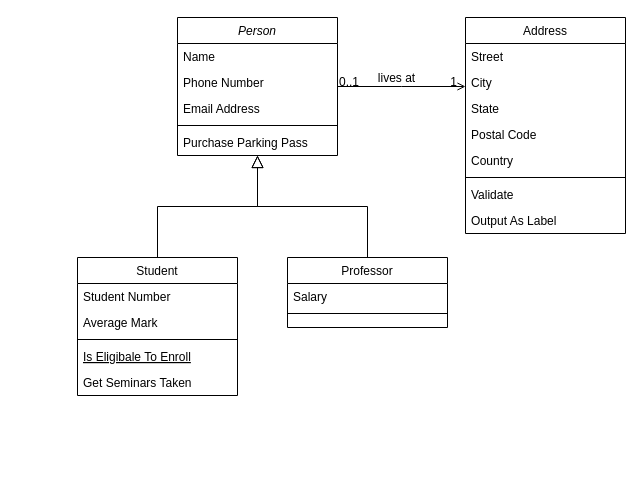
Above: Untitled Diagram.drawio in g-besse/jsdungeon (draw.io), before the change. Source tidied: cells renumbered, new cells numbered last; positions are measured from the earlier drawing's top-left corner, leaving out a move shared by most shapes. Both pictures are drawn from the tidied source at 100%, with x=0, y=0 at pixel (77, 17).
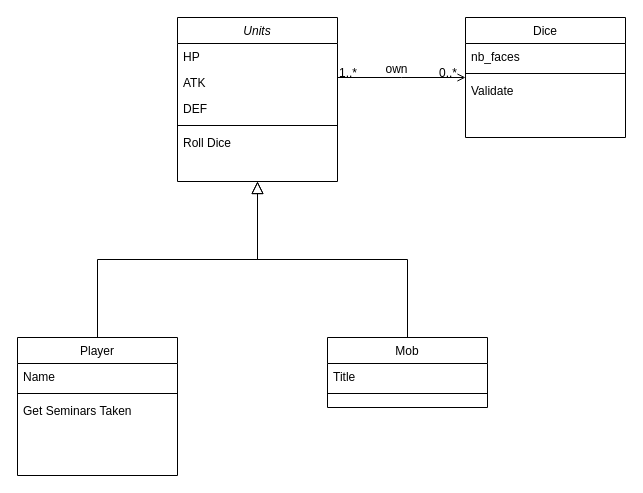
The same page after the edit.

The change refers to these unchanged cells:
```xml
<mxCell id="28" style="endArrow=open;shadow=0;strokeWidth=1;rounded=0;endFill=1;edgeStyle=elbowEdgeStyle;elbow=vertical;" parent="1" edge="1" source="2" target="19">
  <mxGeometry x="0.5" y="41" relative="1" as="geometry">
    <mxPoint x="-40" y="32" as="offset" />
  </mxGeometry>
</mxCell>
```

The edit, as a diff of the source:
```diff
@@
-    <mxCell id="2" value="Person" style="swimlane;fontStyle=2;align=center;verticalAlign=top;horizontal=1;startSize=26;rounded=0;shadow=0;strokeWidth=1;" parent="1" vertex="1">
-      <mxGeometry x="100" width="160" height="138" as="geometry" />
+    <mxCell id="2" value="Units" style="swimlane;fontStyle=2;align=center;verticalAlign=top;horizontal=1;startSize=26;rounded=0;shadow=0;strokeWidth=1;" parent="1" vertex="1">
+      <mxGeometry x="100" width="160" height="164" as="geometry" />
     </mxCell>
-    <mxCell id="3" value="Name" style="text;align=left;verticalAlign=top;spacingLeft=4;spacingRight=4;overflow=hidden;" parent="2" vertex="1">
+    <mxCell id="3" value="HP" style="text;align=left;verticalAlign=top;spacingLeft=4;spacingRight=4;overflow=hidden;" parent="2" vertex="1">
       <mxGeometry y="26" width="160" height="26" as="geometry" />
     </mxCell>
+    <mxCell id="32" value="ATK" style="text;align=left;verticalAlign=top;spacingLeft=4;spacingRight=4;overflow=hidden;rounded=0;shadow=0;html=0;" parent="2" vertex="1">
+      <mxGeometry y="52" width="160" height="26" as="geometry" />
+    </mxCell>
-    <mxCell id="4" value="Phone Number" style="text;align=left;verticalAlign=top;spacingLeft=4;spacingRight=4;overflow=hidden;rounded=0;shadow=0;html=0;" parent="2" vertex="1">
-      <mxGeometry y="52" width="160" height="26" as="geometry" />
+    <mxCell id="4" value="DEF" style="text;align=left;verticalAlign=top;spacingLeft=4;spacingRight=4;overflow=hidden;rounded=0;shadow=0;html=0;" parent="2" vertex="1">
+      <mxGeometry y="78" width="160" height="26" as="geometry" />
     </mxCell>
-    <mxCell id="5" value="Email Address" style="text;align=left;verticalAlign=top;spacingLeft=4;spacingRight=4;overflow=hidden;rounded=0;shadow=0;html=0;" parent="2" vertex="1">
-      <mxGeometry y="78" width="160" height="26" as="geometry" />
-    </mxCell>
@@
-    <mxCell id="7" value="Purchase Parking Pass" style="text;align=left;verticalAlign=top;spacingLeft=4;spacingRight=4;overflow=hidden;" parent="2" vertex="1">
+    <mxCell id="7" value="Roll Dice" style="text;align=left;verticalAlign=top;spacingLeft=4;spacingRight=4;overflow=hidden;" parent="2" vertex="1">
       <mxGeometry y="112" width="160" height="26" as="geometry" />
     </mxCell>
-    <mxCell id="8" value="Student" style="swimlane;fontStyle=0;align=center;verticalAlign=top;horizontal=1;startSize=26;rounded=0;shadow=0;strokeWidth=1;" parent="1" vertex="1">
-      <mxGeometry y="240" width="160" height="138" as="geometry" />
-    </mxCell>
-    <mxCell id="9" value="Student Number" style="text;align=left;verticalAlign=top;spacingLeft=4;spacingRight=4;overflow=hidden;" parent="8" vertex="1">
-      <mxGeometry y="26" width="160" height="26" as="geometry" />
-    </mxCell>
-    <mxCell id="10" value="Average Mark" style="text;align=left;verticalAlign=top;spacingLeft=4;spacingRight=4;overflow=hidden;rounded=0;shadow=0;html=0;" parent="8" vertex="1">
-      <mxGeometry y="52" width="160" height="26" as="geometry" />
-    </mxCell>
-    <mxCell id="11" style="line;html=1;strokeWidth=1;align=left;verticalAlign=middle;spacingTop=-1;spacingLeft=3;spacingRight=3;labelPosition=right;" parent="8" vertex="1">
-      <mxGeometry y="78" width="160" height="8" as="geometry" />
-    </mxCell>
-    <mxCell id="12" value="Is Eligibale To Enroll" style="text;align=left;verticalAlign=top;spacingLeft=4;spacingRight=4;overflow=hidden;fontStyle=4;" parent="8" vertex="1">
-      <mxGeometry y="86" width="160" height="26" as="geometry" />
-    </mxCell>
-    <mxCell id="13" value="Get Seminars Taken" style="text;align=left;verticalAlign=top;spacingLeft=4;spacingRight=4;overflow=hidden;" parent="8" vertex="1">
-      <mxGeometry y="112" width="160" height="26" as="geometry" />
-    </mxCell>
@@
-    <mxCell id="15" value="Professor" style="swimlane;fontStyle=0;align=center;verticalAlign=top;horizontal=1;startSize=26;rounded=0;shadow=0;strokeWidth=1;" parent="1" vertex="1">
-      <mxGeometry x="210" y="240" width="160" height="70" as="geometry" />
-    </mxCell>
-    <mxCell id="16" value="Salary" style="text;align=left;verticalAlign=top;spacingLeft=4;spacingRight=4;overflow=hidden;" parent="15" vertex="1">
-      <mxGeometry y="26" width="160" height="26" as="geometry" />
-    </mxCell>
-    <mxCell id="17" style="line;html=1;strokeWidth=1;align=left;verticalAlign=middle;spacingTop=-1;spacingLeft=3;spacingRight=3;labelPosition=right;" parent="15" vertex="1">
-      <mxGeometry y="52" width="160" height="8" as="geometry" />
-    </mxCell>
@@
-    <mxCell id="19" value="Address" style="swimlane;fontStyle=0;align=center;verticalAlign=top;horizontal=1;startSize=26;rounded=0;shadow=0;strokeWidth=1;" parent="1" vertex="1">
-      <mxGeometry x="388" width="160" height="216" as="geometry" />
+    <mxCell id="19" value="Dice" style="swimlane;fontStyle=0;align=center;verticalAlign=top;horizontal=1;startSize=26;rounded=0;shadow=0;strokeWidth=1;" parent="1" vertex="1">
+      <mxGeometry x="388" width="160" height="120" as="geometry" />
     </mxCell>
-    <mxCell id="20" value="Street" style="text;align=left;verticalAlign=top;spacingLeft=4;spacingRight=4;overflow=hidden;" parent="19" vertex="1">
-      <mxGeometry y="26" width="160" height="26" as="geometry" />
-    </mxCell>
-    <mxCell id="21" value="City" style="text;align=left;verticalAlign=top;spacingLeft=4;spacingRight=4;overflow=hidden;rounded=0;shadow=0;html=0;" parent="19" vertex="1">
-      <mxGeometry y="52" width="160" height="26" as="geometry" />
-    </mxCell>
-    <mxCell id="22" value="State" style="text;align=left;verticalAlign=top;spacingLeft=4;spacingRight=4;overflow=hidden;rounded=0;shadow=0;html=0;" parent="19" vertex="1">
-      <mxGeometry y="78" width="160" height="26" as="geometry" />
-    </mxCell>
-    <mxCell id="23" value="Postal Code" style="text;align=left;verticalAlign=top;spacingLeft=4;spacingRight=4;overflow=hidden;rounded=0;shadow=0;html=0;" parent="19" vertex="1">
-      <mxGeometry y="104" width="160" height="26" as="geometry" />
-    </mxCell>
-    <mxCell id="24" value="Country" style="text;align=left;verticalAlign=top;spacingLeft=4;spacingRight=4;overflow=hidden;rounded=0;shadow=0;html=0;" parent="19" vertex="1">
-      <mxGeometry y="130" width="160" height="26" as="geometry" />
+    <mxCell id="24" value="nb_faces" style="text;align=left;verticalAlign=top;spacingLeft=4;spacingRight=4;overflow=hidden;rounded=0;shadow=0;html=0;" parent="19" vertex="1">
+      <mxGeometry y="26" width="160" height="26" as="geometry" />
     </mxCell>
     <mxCell id="25" style="line;html=1;strokeWidth=1;align=left;verticalAlign=middle;spacingTop=-1;spacingLeft=3;spacingRight=3;labelPosition=right;" parent="19" vertex="1">
-      <mxGeometry y="156" width="160" height="8" as="geometry" />
+      <mxGeometry y="52" width="160" height="8" as="geometry" />
     </mxCell>
     <mxCell id="26" value="Validate" style="text;align=left;verticalAlign=top;spacingLeft=4;spacingRight=4;overflow=hidden;" parent="19" vertex="1">
-      <mxGeometry y="164" width="160" height="26" as="geometry" />
+      <mxGeometry y="60" width="160" height="26" as="geometry" />
     </mxCell>
-    <mxCell id="27" value="Output As Label" style="text;align=left;verticalAlign=top;spacingLeft=4;spacingRight=4;overflow=hidden;" parent="19" vertex="1">
-      <mxGeometry y="190" width="160" height="26" as="geometry" />
-    </mxCell>
@@
-    <mxCell id="29" value="0..1" style="align=left;verticalAlign=bottom;labelBackgroundColor=none;fontSize=12;" parent="28" vertex="1">
+    <mxCell id="29" value="1..*" style="align=left;verticalAlign=bottom;labelBackgroundColor=none;fontSize=12;" parent="28" vertex="1">
       <mxGeometry x="-1" relative="1" as="geometry">
         <mxPoint y="4" as="offset" />
       </mxGeometry>
     </mxCell>
-    <mxCell id="30" value="1" style="align=right;verticalAlign=bottom;labelBackgroundColor=none;fontSize=12;" parent="28" vertex="1">
+    <mxCell id="30" value="0..*" style="align=right;verticalAlign=bottom;labelBackgroundColor=none;fontSize=12;" parent="28" vertex="1">
       <mxGeometry x="1" relative="1" as="geometry">
         <mxPoint x="-7" y="4" as="offset" />
       </mxGeometry>
     </mxCell>
-    <mxCell id="31" value="lives at" style="text;html=1;align=center;verticalAlign=middle;labelBackgroundColor=none;rounded=0;shadow=0;strokeWidth=1;fontSize=12;" parent="28" vertex="1">
+    <mxCell id="31" value="own" style="text;html=1;align=center;verticalAlign=middle;labelBackgroundColor=none;rounded=0;shadow=0;strokeWidth=1;fontSize=12;" parent="28" vertex="1">
       <mxGeometry x="0.5" y="49" relative="1" as="geometry">
         <mxPoint x="-38" y="40" as="offset" />
       </mxGeometry>
     </mxCell>
+    <mxCell id="15" value="Mob" style="swimlane;fontStyle=0;align=center;verticalAlign=top;horizontal=1;startSize=26;rounded=0;shadow=0;strokeWidth=1;" parent="1" vertex="1">
+      <mxGeometry x="250" y="320" width="160" height="70" as="geometry" />
+    </mxCell>
+    <mxCell id="16" value="Title" style="text;align=left;verticalAlign=top;spacingLeft=4;spacingRight=4;overflow=hidden;" parent="15" vertex="1">
+      <mxGeometry y="26" width="160" height="26" as="geometry" />
+    </mxCell>
+    <mxCell id="17" style="line;html=1;strokeWidth=1;align=left;verticalAlign=middle;spacingTop=-1;spacingLeft=3;spacingRight=3;labelPosition=right;" parent="15" vertex="1">
+      <mxGeometry y="52" width="160" height="8" as="geometry" />
+    </mxCell>
+    <mxCell id="8" value="Player" style="swimlane;fontStyle=0;align=center;verticalAlign=top;horizontal=1;startSize=26;rounded=0;shadow=0;strokeWidth=1;" parent="1" vertex="1">
+      <mxGeometry x="-60" y="320" width="160" height="138" as="geometry" />
+    </mxCell>
+    <mxCell id="9" value="Name" style="text;align=left;verticalAlign=top;spacingLeft=4;spacingRight=4;overflow=hidden;" parent="8" vertex="1">
+      <mxGeometry y="26" width="160" height="26" as="geometry" />
+    </mxCell>
+    <mxCell id="11" style="line;html=1;strokeWidth=1;align=left;verticalAlign=middle;spacingTop=-1;spacingLeft=3;spacingRight=3;labelPosition=right;" parent="8" vertex="1">
+      <mxGeometry y="52" width="160" height="8" as="geometry" />
+    </mxCell>
+    <mxCell id="13" value="Get Seminars Taken" style="text;align=left;verticalAlign=top;spacingLeft=4;spacingRight=4;overflow=hidden;" parent="8" vertex="1">
+      <mxGeometry y="60" width="160" height="26" as="geometry" />
+    </mxCell>
```
